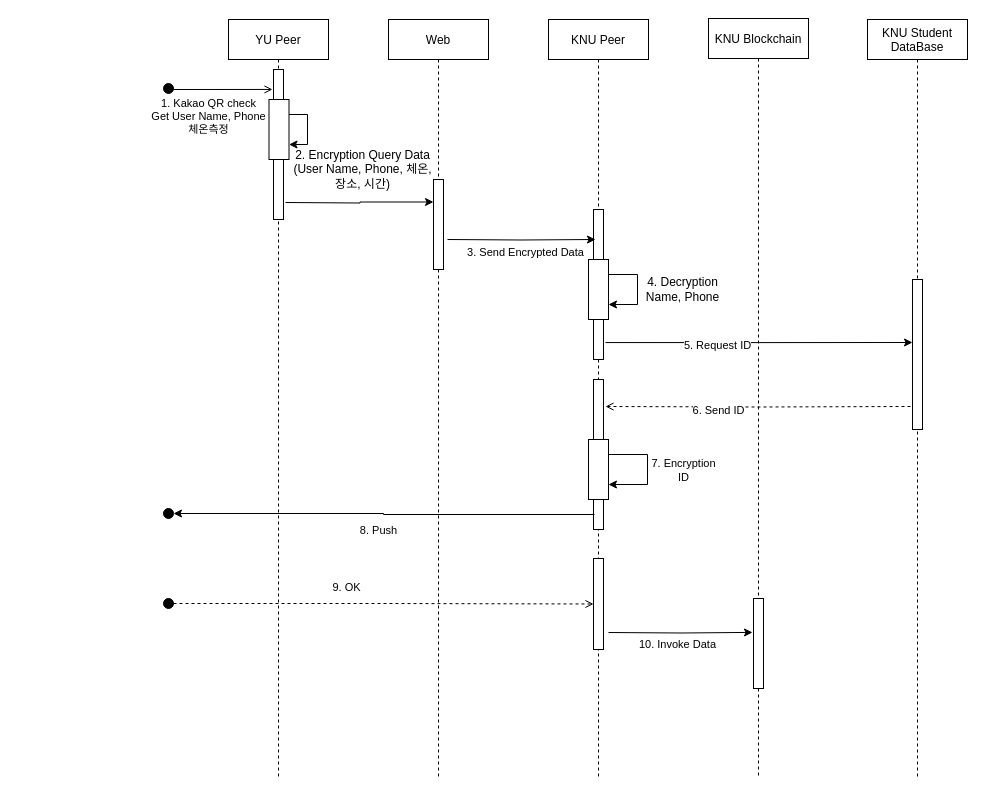
GunhyungKim/TrackingSystem keeps this draw.io diagram as page "check by other org" (1 of 3) of Sequence Diagram.drawio. Above is the earlier version. Source tidied: cells renumbered, new cells numbered last; positions are measured from the earlier drawing's top-left corner, leaving out a move shared by most shapes. Both pictures are drawn from the tidied source at 100%, with x=0, y=0 at pixel (163, 18).
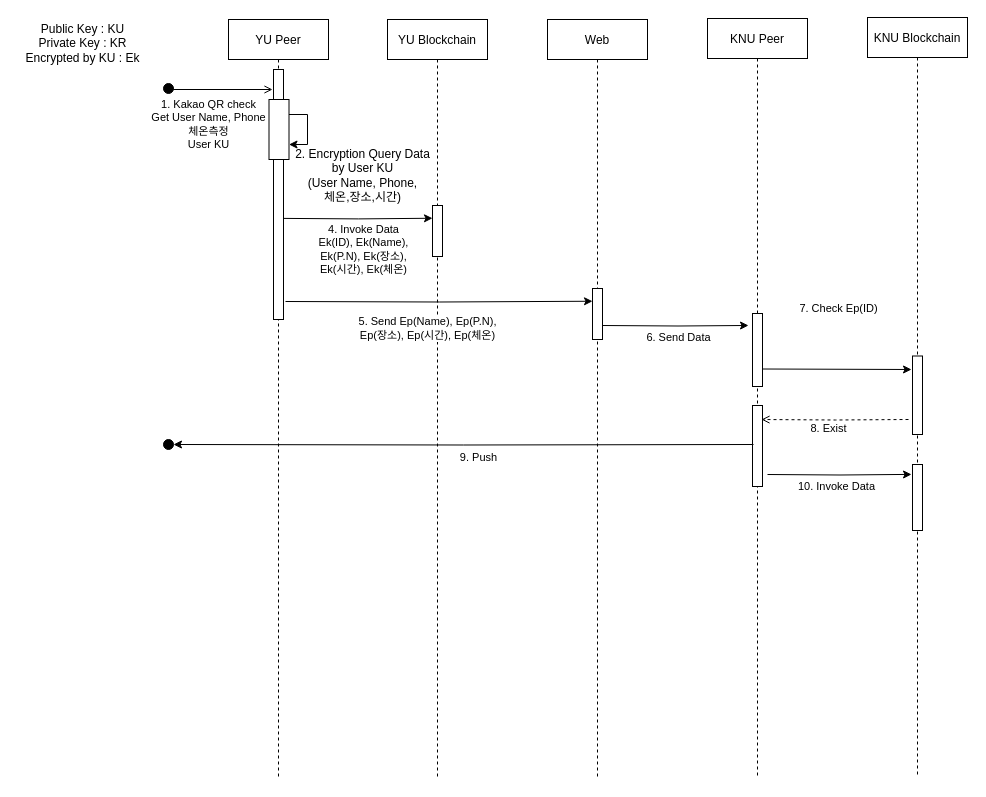
The same page after the edit.

The change refers to these unchanged cells:
```xml
<mxCell id="15" value="YU Peer" style="shape=umlLifeline;perimeter=lifelinePerimeter;rounded=0;shadow=0;strokeWidth=1;" parent="1" vertex="1">
  <mxGeometry x="65" y="1" width="100" height="759" as="geometry" />
</mxCell>
<mxCell id="19" style="ellipse;whiteSpace=wrap;html=1;fillColor=#000000;" parent="1" vertex="1">
  <mxGeometry y="65" width="10" height="10" as="geometry" />
</mxCell>
```

Change to the diagram source:
```diff
@@
     <mxCell id="2" value="Web" style="shape=umlLifeline;perimeter=lifelinePerimeter;rounded=0;shadow=0;strokeWidth=1;" parent="1" vertex="1">
-      <mxGeometry x="225" y="1" width="100" height="759" as="geometry" />
+      <mxGeometry x="384" y="1" width="100" height="759" as="geometry" />
     </mxCell>
-    <mxCell id="3" style="rounded=0;whiteSpace=wrap;html=1;" parent="2" vertex="1">
-      <mxGeometry x="45" y="160" width="10" height="90" as="geometry" />
-    </mxCell>
+    <mxCell id="41" style="rounded=0;whiteSpace=wrap;html=1;" parent="2" vertex="1">
+      <mxGeometry x="45" y="269" width="10" height="51" as="geometry" />
+    </mxCell>
     <mxCell id="4" value="KNU Peer" style="shape=umlLifeline;perimeter=lifelinePerimeter;rounded=0;shadow=0;strokeWidth=1;" parent="1" vertex="1">
-      <mxGeometry x="385" y="1" width="100" height="759" as="geometry" />
+      <mxGeometry x="544" width="100" height="759" as="geometry" />
     </mxCell>
-    <mxCell id="5" style="rounded=0;whiteSpace=wrap;html=1;" parent="4" vertex="1">
-      <mxGeometry x="45" y="190" width="10" height="150" as="geometry" />
-    </mxCell>
-    <mxCell id="6" style="rounded=0;whiteSpace=wrap;html=1;fillColor=#FFFFFF;" parent="4" vertex="1">
-      <mxGeometry x="40" y="240" width="20" height="60" as="geometry" />
-    </mxCell>
-    <mxCell id="7" style="edgeStyle=orthogonalEdgeStyle;rounded=0;orthogonalLoop=1;jettySize=auto;html=1;exitX=1;exitY=0.25;exitDx=0;exitDy=0;entryX=1;entryY=0.75;entryDx=0;entryDy=0;" parent="4" edge="1" source="6" target="6">
-      <mxGeometry relative="1" as="geometry">
-        <Array as="points">
-          <mxPoint x="89" y="255" />
-          <mxPoint x="89" y="285" />
-        </Array>
-      </mxGeometry>
-    </mxCell>
-    <mxCell id="8" style="rounded=0;whiteSpace=wrap;html=1;" parent="4" vertex="1">
-      <mxGeometry x="45" y="360" width="10" height="150" as="geometry" />
-    </mxCell>
-    <mxCell id="9" style="rounded=0;whiteSpace=wrap;html=1;fillColor=#FFFFFF;" parent="4" vertex="1">
-      <mxGeometry x="40" y="420" width="20" height="60" as="geometry" />
-    </mxCell>
-    <mxCell id="10" style="edgeStyle=orthogonalEdgeStyle;rounded=0;orthogonalLoop=1;jettySize=auto;html=1;exitX=1;exitY=0.25;exitDx=0;exitDy=0;entryX=1;entryY=0.75;entryDx=0;entryDy=0;" parent="4" edge="1" source="9" target="9">
-      <mxGeometry relative="1" as="geometry">
-        <Array as="points">
-          <mxPoint x="99" y="435" />
-          <mxPoint x="99" y="465" />
-        </Array>
-      </mxGeometry>
-    </mxCell>
-    <mxCell id="11" value="7. Encryption&lt;br&gt;ID" style="edgeLabel;html=1;align=center;verticalAlign=middle;" parent="10" vertex="1">
-      <mxGeometry x="-0.28" y="-6" relative="1" as="geometry">
-        <mxPoint x="41" y="15" as="offset" />
-      </mxGeometry>
-    </mxCell>
     <mxCell id="12" style="rounded=0;whiteSpace=wrap;html=1;" parent="4" vertex="1">
-      <mxGeometry x="45" y="539" width="10" height="91" as="geometry" />
+      <mxGeometry x="45" y="387" width="10" height="81" as="geometry" />
     </mxCell>
+    <mxCell id="42" style="rounded=0;whiteSpace=wrap;html=1;" parent="4" vertex="1">
+      <mxGeometry x="45" y="295" width="10" height="73" as="geometry" />
+    </mxCell>
     <mxCell id="13" value="KNU Blockchain" style="shape=umlLifeline;perimeter=lifelinePerimeter;rounded=0;shadow=0;strokeWidth=1;" parent="1" vertex="1">
-      <mxGeometry x="545" width="100" height="760" as="geometry" />
+      <mxGeometry x="704" y="-1" width="100" height="760" as="geometry" />
     </mxCell>
     <mxCell id="14" style="rounded=0;whiteSpace=wrap;html=1;" parent="13" vertex="1">
-      <mxGeometry x="45" y="580" width="10" height="90" as="geometry" />
+      <mxGeometry x="45" y="447" width="10" height="66" as="geometry" />
     </mxCell>
+    <mxCell id="43" style="rounded=0;whiteSpace=wrap;html=1;" parent="13" vertex="1">
+      <mxGeometry x="45" y="338.5" width="10" height="78.5" as="geometry" />
+    </mxCell>
@@
     <mxCell id="16" style="rounded=0;whiteSpace=wrap;html=1;" parent="15" vertex="1">
-      <mxGeometry x="45" y="50" width="10" height="150" as="geometry" />
+      <mxGeometry x="45" y="50" width="10" height="250" as="geometry" />
     </mxCell>
@@
-    <mxCell id="20" style="edgeStyle=orthogonalEdgeStyle;rounded=0;jettySize=auto;html=1;exitX=1;exitY=0.5;exitDx=0;exitDy=0;endArrow=open;endFill=0;entryX=-0.1;entryY=0.133;entryDx=0;entryDy=0;entryPerimeter=0;" parent="1" edge="1" source="19" target="16">
+    <mxCell id="20" style="edgeStyle=orthogonalEdgeStyle;rounded=0;jettySize=auto;html=1;exitX=1;exitY=0.5;exitDx=0;exitDy=0;endArrow=open;endFill=0;" parent="1" edge="1" source="19">
       <mxGeometry relative="1" as="geometry">
+        <mxPoint x="109" y="71" as="targetPoint" />
         <Array as="points">
           <mxPoint x="10" y="71" />
         </Array>
       </mxGeometry>
     </mxCell>
-    <mxCell id="21" value="1. Kakao QR check&lt;br&gt;Get User Name, Phone&lt;br&gt;체온측정" style="edgeLabel;html=1;align=center;verticalAlign=middle;" parent="20" vertex="1">
+    <mxCell id="21" value="1. Kakao QR check&lt;br&gt;Get User Name, Phone&lt;br&gt;체온측정&lt;br&gt;User KU" style="edgeLabel;html=1;align=center;verticalAlign=middle;" parent="20" vertex="1">
       <mxGeometry x="0.26" y="1" relative="1" as="geometry">
-        <mxPoint x="-27" y="28" as="offset" />
+        <mxPoint x="-28" y="35" as="offset" />
       </mxGeometry>
     </mxCell>
-    <mxCell id="22" value="2. Encryption Query Data&lt;br&gt;(User Name, Phone, 체온,&lt;br&gt;장소, 시간)" style="text;html=1;align=center;verticalAlign=middle;" parent="1" vertex="1">
-      <mxGeometry x="119" y="126" width="160" height="50" as="geometry" />
+    <mxCell id="22" value="2. Encryption Query Data&lt;br&gt;by User KU&lt;br&gt;(User Name, Phone,&lt;br&gt;체온,장소,시간)" style="text;html=1;align=center;verticalAlign=middle;" parent="1" vertex="1">
+      <mxGeometry x="124" y="127" width="150" height="60" as="geometry" />
     </mxCell>
-    <mxCell id="23" style="edgeStyle=orthogonalEdgeStyle;rounded=0;jettySize=auto;html=1;entryX=0;entryY=0.25;entryDx=0;entryDy=0;" parent="1" edge="1" target="3">
-      <mxGeometry relative="1" as="geometry">
-        <mxPoint x="122" y="184" as="sourcePoint" />
-      </mxGeometry>
-    </mxCell>
-    <mxCell id="24" style="edgeStyle=orthogonalEdgeStyle;rounded=0;jettySize=auto;html=1;entryX=0.2;entryY=0.2;entryDx=0;entryDy=0;entryPerimeter=0;" parent="1" edge="1" target="5">
-      <mxGeometry relative="1" as="geometry">
-        <mxPoint x="284" y="221" as="sourcePoint" />
-      </mxGeometry>
-    </mxCell>
-    <mxCell id="25" value="3. Send Encrypted Data" style="edgeLabel;html=1;align=center;verticalAlign=middle;" parent="24" vertex="1">
-      <mxGeometry x="-0.17" y="-4" relative="1" as="geometry">
-        <mxPoint x="16" y="8.5" as="offset" />
-      </mxGeometry>
-    </mxCell>
-    <mxCell id="26" value="KNU Student&#10;DataBase" style="shape=umlLifeline;perimeter=lifelinePerimeter;rounded=0;shadow=0;strokeWidth=1;" parent="1" vertex="1">
-      <mxGeometry x="704" y="1" width="100" height="759" as="geometry" />
-    </mxCell>
-    <mxCell id="27" style="rounded=0;whiteSpace=wrap;html=1;" parent="26" vertex="1">
-      <mxGeometry x="45" y="260" width="10" height="150" as="geometry" />
-    </mxCell>
-    <mxCell id="28" value="4. Decryption&lt;br&gt;Name, Phone" style="text;html=1;align=center;verticalAlign=middle;" parent="1" vertex="1">
-      <mxGeometry x="474" y="256" width="90" height="30" as="geometry" />
-    </mxCell>
-    <mxCell id="29" style="edgeStyle=orthogonalEdgeStyle;rounded=0;jettySize=auto;html=1;exitX=1.2;exitY=0.887;exitDx=0;exitDy=0;entryX=0;entryY=0.42;entryDx=0;entryDy=0;exitPerimeter=0;entryPerimeter=0;" parent="1" edge="1" source="5" target="27">
-      <mxGeometry relative="1" as="geometry" />
-    </mxCell>
-    <mxCell id="30" value="5. Request ID" style="edgeLabel;html=1;align=center;verticalAlign=middle;" parent="29" vertex="1">
-      <mxGeometry x="-0.38" y="-2" relative="1" as="geometry">
-        <mxPoint x="16.4" as="offset" />
-      </mxGeometry>
-    </mxCell>
-    <mxCell id="31" style="edgeStyle=orthogonalEdgeStyle;rounded=0;jettySize=auto;html=1;entryX=1.2;entryY=0.18;entryDx=0;entryDy=0;entryPerimeter=0;dashed=1;endArrow=open;endFill=0;" parent="1" edge="1" target="8">
-      <mxGeometry relative="1" as="geometry">
-        <mxPoint x="747" y="388" as="sourcePoint" />
-      </mxGeometry>
-    </mxCell>
-    <mxCell id="32" value="6. Send ID" style="edgeLabel;html=1;align=center;verticalAlign=middle;" parent="31" vertex="1">
-      <mxGeometry x="0.57" y="3" relative="1" as="geometry">
-        <mxPoint x="47" as="offset" />
-      </mxGeometry>
-    </mxCell>
     <mxCell id="33" style="edgeStyle=orthogonalEdgeStyle;rounded=0;orthogonalLoop=1;jettySize=auto;html=1;exitX=1.5;exitY=0.9;exitDx=0;exitDy=0;entryX=-0.1;entryY=0.173;entryDx=0;entryDy=0;endArrow=classic;endFill=1;exitPerimeter=0;entryPerimeter=0;" parent="1" edge="1">
       <mxGeometry relative="1" as="geometry">
-        <mxPoint x="445" y="614" as="sourcePoint" />
-        <mxPoint x="589" y="613.9" as="targetPoint" />
+        <mxPoint x="604" y="456" as="sourcePoint" />
+        <mxPoint x="748" y="455.9" as="targetPoint" />
       </mxGeometry>
     </mxCell>
@@
-    <mxCell id="35" style="edgeStyle=orthogonalEdgeStyle;rounded=0;jettySize=auto;html=1;exitX=0.1;exitY=0.9;exitDx=0;exitDy=0;endArrow=classic;endFill=1;exitPerimeter=0;entryX=1;entryY=0.5;entryDx=0;entryDy=0;" parent="1" edge="1" source="8" target="37">
-      <mxGeometry relative="1" as="geometry" />
+    <mxCell id="35" style="edgeStyle=orthogonalEdgeStyle;rounded=0;jettySize=auto;html=1;exitX=0.1;exitY=0.9;exitDx=0;exitDy=0;endArrow=classic;endFill=1;exitPerimeter=0;entryX=1;entryY=0.5;entryDx=0;entryDy=0;" parent="1" edge="1" target="37">
+      <mxGeometry relative="1" as="geometry">
+        <mxPoint x="590" y="426" as="sourcePoint" />
+      </mxGeometry>
     </mxCell>
-    <mxCell id="36" value="8. Push" style="edgeLabel;html=1;align=center;verticalAlign=middle;" parent="35" vertex="1">
+    <mxCell id="36" value="9. Push" style="edgeLabel;html=1;align=center;verticalAlign=middle;" parent="35" vertex="1">
       <mxGeometry x="0.18" y="-1" relative="1" as="geometry">
-        <mxPoint x="31" y="17" as="offset" />
+        <mxPoint x="66" y="13" as="offset" />
       </mxGeometry>
     </mxCell>
     <mxCell id="37" style="ellipse;whiteSpace=wrap;html=1;fillColor=#000000;" parent="1" vertex="1">
-      <mxGeometry y="490" width="10" height="10" as="geometry" />
+      <mxGeometry y="421" width="10" height="10" as="geometry" />
     </mxCell>
-    <mxCell id="38" style="edgeStyle=orthogonalEdgeStyle;rounded=0;jettySize=auto;html=1;endArrow=open;endFill=0;entryX=0;entryY=0.5;entryDx=0;entryDy=0;dashed=1;" parent="1" edge="1" source="40" target="12">
-      <mxGeometry relative="1" as="geometry" />
-    </mxCell>
-    <mxCell id="39" value="9. OK" style="edgeLabel;html=1;align=center;verticalAlign=middle;" parent="38" vertex="1">
-      <mxGeometry y="-31" relative="1" as="geometry">
-        <mxPoint x="-6.5" y="-16.5" as="offset" />
-      </mxGeometry>
-    </mxCell>
-    <mxCell id="40" style="ellipse;whiteSpace=wrap;html=1;fillColor=#000000;" parent="1" vertex="1">
-      <mxGeometry y="580" width="10" height="10" as="geometry" />
-    </mxCell>
+    <mxCell id="44" value="YU Blockchain" style="shape=umlLifeline;perimeter=lifelinePerimeter;rounded=0;shadow=0;strokeWidth=1;" parent="1" vertex="1">
+      <mxGeometry x="224" y="1" width="100" height="760" as="geometry" />
+    </mxCell>
+    <mxCell id="45" style="rounded=0;whiteSpace=wrap;html=1;" parent="44" vertex="1">
+      <mxGeometry x="45" y="186" width="10" height="51" as="geometry" />
+    </mxCell>
+    <mxCell id="46" style="edgeStyle=orthogonalEdgeStyle;rounded=0;jettySize=auto;html=1;exitX=1;exitY=0.919;exitDx=0;exitDy=0;entryX=0;entryY=0.25;entryDx=0;entryDy=0;exitPerimeter=0;" parent="1" edge="1" target="45">
+      <mxGeometry relative="1" as="geometry">
+        <mxPoint x="120" y="199.9" as="sourcePoint" />
+      </mxGeometry>
+    </mxCell>
+    <mxCell id="47" value="4. Invoke Data&lt;br&gt;Ek(ID), Ek(Name),&lt;br&gt;Ek(P.N), Ek(장소),&lt;br&gt;Ek(시간), Ek(체온)" style="edgeLabel;html=1;align=center;verticalAlign=middle;" parent="46" vertex="1">
+      <mxGeometry x="-0.23" y="1" relative="1" as="geometry">
+        <mxPoint x="21" y="31.1" as="offset" />
+      </mxGeometry>
+    </mxCell>
+    <mxCell id="48" style="edgeStyle=orthogonalEdgeStyle;rounded=0;jettySize=auto;html=1;exitX=1.2;exitY=0.958;exitDx=0;exitDy=0;entryX=0;entryY=0.25;entryDx=0;entryDy=0;exitPerimeter=0;" parent="1" edge="1" target="41">
+      <mxGeometry relative="1" as="geometry">
+        <mxPoint x="122" y="283" as="sourcePoint" />
+      </mxGeometry>
+    </mxCell>
+    <mxCell id="49" value="5. Send Ep(Name), Ep(P.N),&lt;br&gt;Ep(장소), Ep(시간), Ep(체온)" style="edgeLabel;html=1;align=center;verticalAlign=middle;" parent="48" vertex="1">
+      <mxGeometry x="-0.62" y="-2" relative="1" as="geometry">
+        <mxPoint x="84" y="24" as="offset" />
+      </mxGeometry>
+    </mxCell>
+    <mxCell id="50" style="edgeStyle=orthogonalEdgeStyle;rounded=0;jettySize=auto;html=1;entryX=-0.4;entryY=0.164;entryDx=0;entryDy=0;entryPerimeter=0;" parent="1" edge="1" target="42">
+      <mxGeometry relative="1" as="geometry">
+        <mxPoint x="439" y="307" as="sourcePoint" />
+      </mxGeometry>
+    </mxCell>
+    <mxCell id="51" value="6. Send Data" style="edgeLabel;html=1;align=center;verticalAlign=middle;" parent="50" vertex="1">
+      <mxGeometry y="49" relative="1" as="geometry">
+        <mxPoint x="2" y="60" as="offset" />
+      </mxGeometry>
+    </mxCell>
+    <mxCell id="52" style="edgeStyle=orthogonalEdgeStyle;rounded=0;jettySize=auto;html=1;entryX=-0.1;entryY=0.172;entryDx=0;entryDy=0;entryPerimeter=0;" parent="1" edge="1" target="43">
+      <mxGeometry relative="1" as="geometry">
+        <mxPoint x="599" y="350.5" as="sourcePoint" />
+      </mxGeometry>
+    </mxCell>
+    <mxCell id="53" value="7. Check Ep(ID)" style="edgeLabel;html=1;align=center;verticalAlign=middle;" parent="52" vertex="1">
+      <mxGeometry y="48" relative="1" as="geometry">
+        <mxPoint y="-13.2" as="offset" />
+      </mxGeometry>
+    </mxCell>
+    <mxCell id="54" style="edgeStyle=orthogonalEdgeStyle;rounded=0;jettySize=auto;html=1;entryX=0.9;entryY=0.173;entryDx=0;entryDy=0;entryPerimeter=0;dashed=1;endArrow=open;endFill=0;" parent="1" edge="1" target="12">
+      <mxGeometry relative="1" as="geometry">
+        <mxPoint x="745" y="401" as="sourcePoint" />
+      </mxGeometry>
+    </mxCell>
+    <mxCell id="55" value="8. Exist" style="edgeLabel;html=1;align=center;verticalAlign=middle;" parent="54" vertex="1">
+      <mxGeometry x="0.32" y="4" relative="1" as="geometry">
+        <mxPoint x="16" y="4" as="offset" />
+      </mxGeometry>
+    </mxCell>
+    <mxCell id="56" value="Public Key : KU&lt;br&gt;Private Key : KR&lt;br&gt;Encrypted by KU : Ek" style="text;html=1;align=center;verticalAlign=middle;" parent="1" vertex="1">
+      <mxGeometry x="-146" width="130" height="50" as="geometry" />
+    </mxCell>
```
